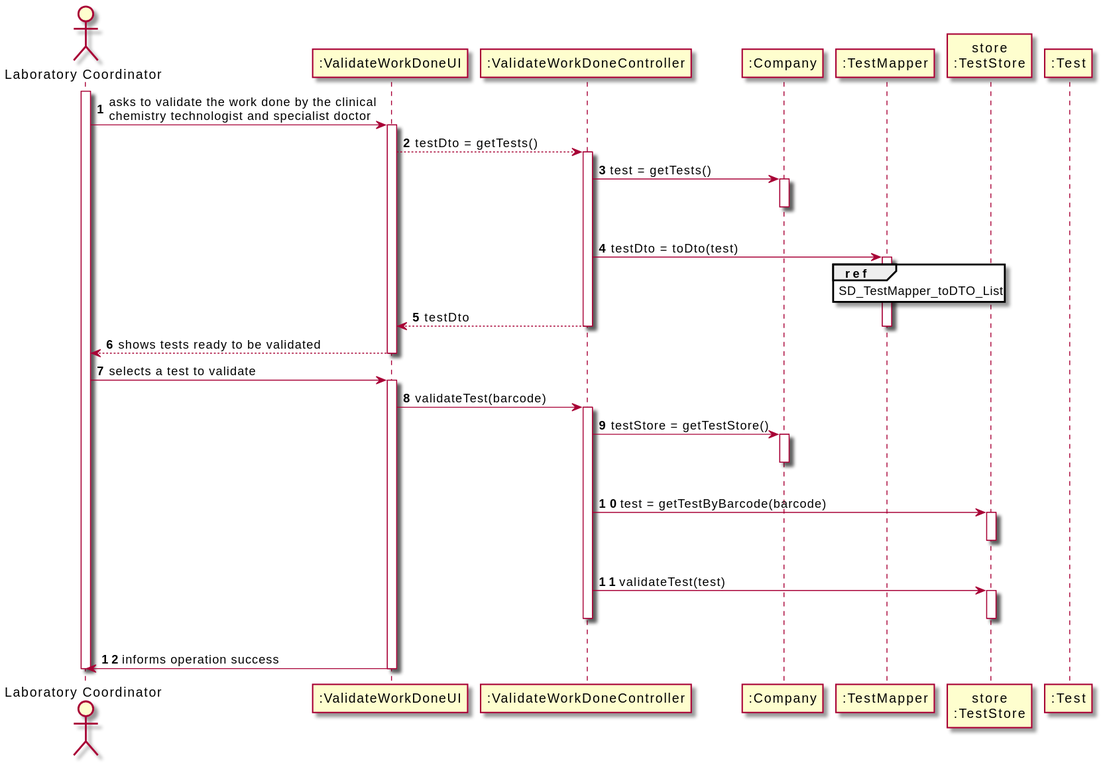
Above: docs/SprintC/US15_ValidateTheWorkDone/US15_SD.svg in Pedromaia26/LAPR2-ISEP (PlantUML), before the change.
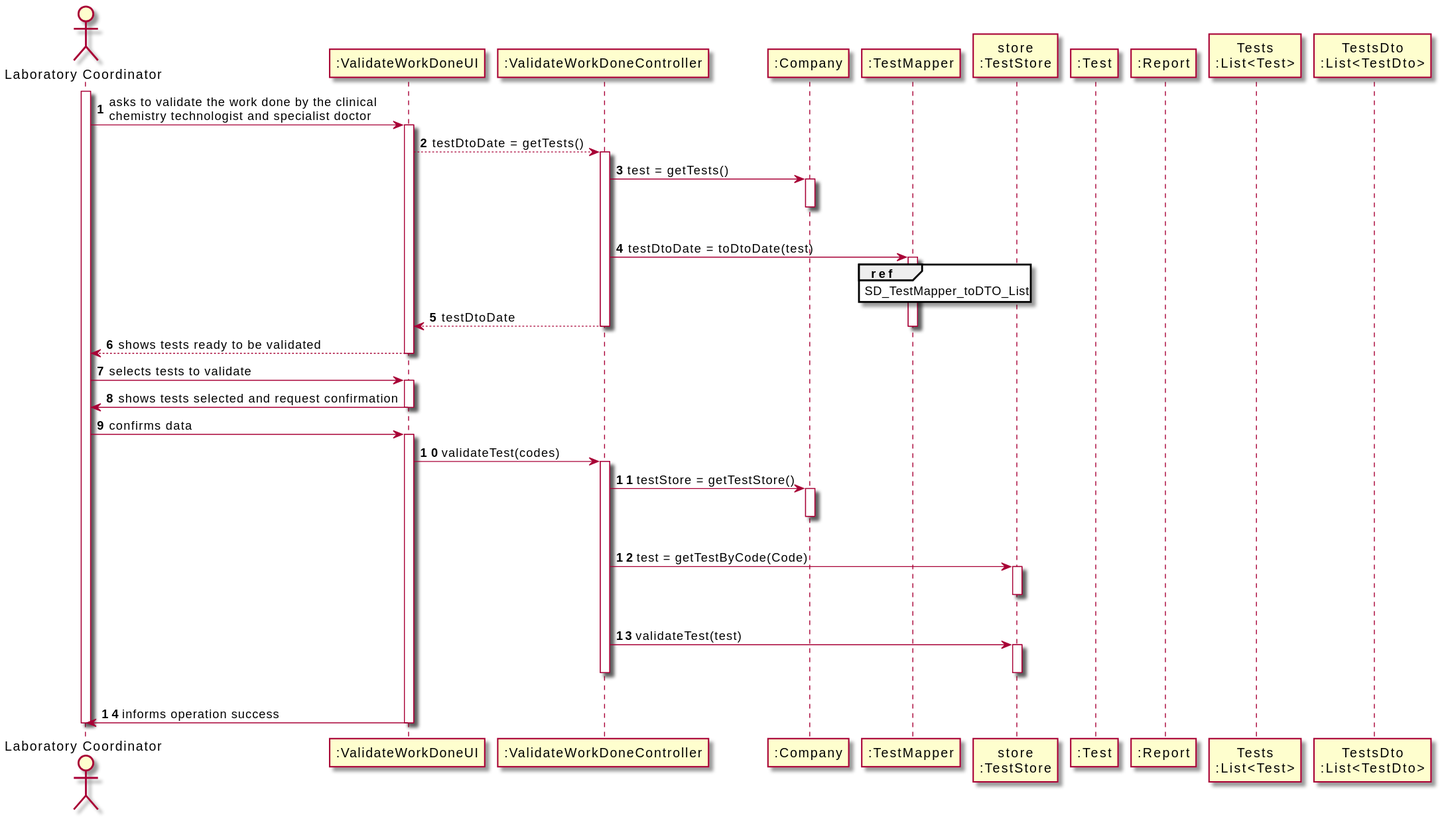
Later version of the same file.

Diff of the diagram source:
```diff
@@ -8,12 +8,15 @@
 participant ":TestMapper" as MAPPER
 participant "store\n:TestStore" as STORE
 participant ":Test" as TEST
+participant ":Report" as REPORT
+participant "Tests\n:List<Test>" as TESTLIST
+participant "TestsDto\n:List<TestDto>" as TESTLISTDTO
 
 activate ADM
 ADM -> UI : asks to validate the work done by the clinical\nchemistry technologist and specialist doctor
 activate UI
 
-UI --> CTRL : testDto = getTests()
+UI --> CTRL : testDtoDate = getTests()
 activate CTRL
 
 CTRL -> ML : test = getTests()
@@ -21,13 +24,13 @@
 |||
 deactivate ML
 
-CTRL -> MAPPER : testDto = toDto(test)
+CTRL -> MAPPER : testDtoDate = toDtoDate(test)
 activate MAPPER
 
 ref over MAPPER : SD_TestMapper_toDTO_List
 
 
-CTRL --> UI : testDto
+CTRL --> UI : testDtoDate
 deactivate MAPPER
 deactivate CTRL
 
@@ -36,10 +39,16 @@
 UI --> ADM : shows tests ready to be validated
 deactivate UI
 
-ADM -> UI : selects a test to validate
+ADM -> UI : selects tests to validate
 activate UI
 
-UI -> CTRL : validateTest(barcode)
+UI -> ADM : shows tests selected and request confirmation
+deactivate UI
+
+ADM -> UI : confirms data
+activate UI
+
+UI -> CTRL : validateTest(codes)
 activate CTRL
 
 CTRL -> ML : testStore = getTestStore()
@@ -47,7 +56,7 @@
 |||
 deactivate ML
 
-CTRL -> STORE : test = getTestByBarcode(barcode)
+CTRL -> STORE : test = getTestByCode(Code)
 activate STORE
 |||
 deactivate STORE
```
